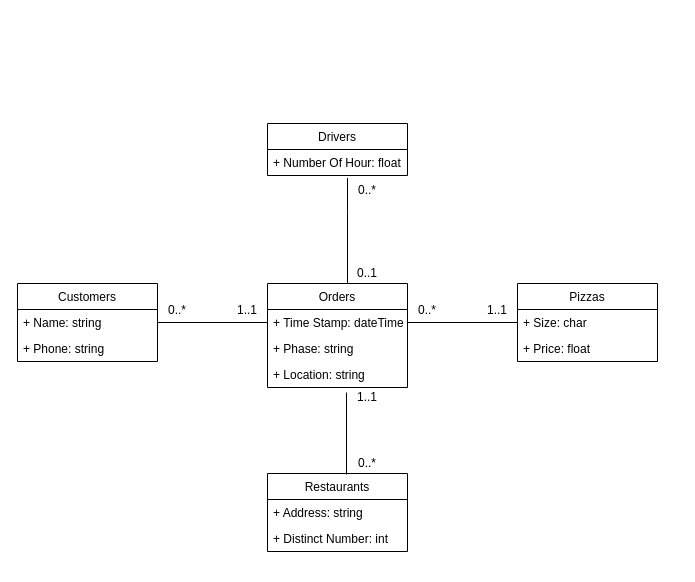
This is page "UML" (1 of 2) of Project01.drawio from thanhnguyen210299/CSULB-CECS-323, a draw.io file, before an edit. Source tidied: cells renumbered, new cells numbered last; positions are measured from the earlier drawing's top-left corner, leaving out a move shared by most shapes. Both pictures are drawn from the tidied source at 100%, with x=0, y=0 at pixel (17, 123).
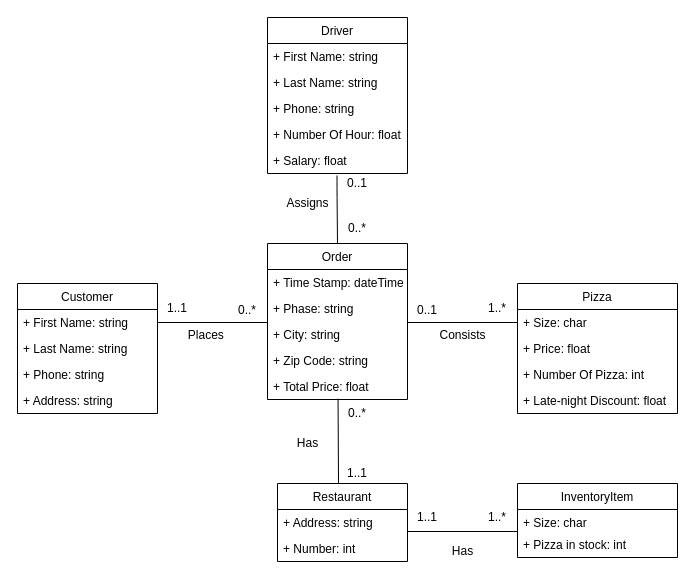
Above is the later version.

What changed in the source:
```diff
@@
-    <mxCell id="2" value="Customers" style="swimlane;fontStyle=0;horizontal=1;startSize=26;fillColor=none;" parent="1" vertex="1">
-      <mxGeometry y="160" width="140" height="78" as="geometry" />
+    <mxCell id="2" value="Customer" style="swimlane;fontStyle=0;horizontal=1;startSize=26;fillColor=none;" parent="1" vertex="1">
+      <mxGeometry y="160" width="140" height="130" as="geometry" />
     </mxCell>
-    <mxCell id="3" value="+ Name: string" style="text;strokeColor=none;fillColor=none;align=left;verticalAlign=top;spacingLeft=4;spacingRight=4;overflow=hidden;" parent="2" vertex="1">
+    <mxCell id="3" value="+ First Name: string" style="text;strokeColor=none;fillColor=none;align=left;verticalAlign=top;spacingLeft=4;spacingRight=4;overflow=hidden;" parent="2" vertex="1">
       <mxGeometry y="26" width="140" height="26" as="geometry" />
     </mxCell>
+    <mxCell id="29" value="+ Last Name: string" style="text;strokeColor=none;fillColor=none;align=left;verticalAlign=top;spacingLeft=4;spacingRight=4;overflow=hidden;" parent="2" vertex="1">
+      <mxGeometry y="52" width="140" height="26" as="geometry" />
+    </mxCell>
     <mxCell id="4" value="+ Phone: string" style="text;strokeColor=none;fillColor=none;align=left;verticalAlign=top;spacingLeft=4;spacingRight=4;overflow=hidden;" parent="2" vertex="1">
-      <mxGeometry y="52" width="140" height="26" as="geometry" />
+      <mxGeometry y="78" width="140" height="26" as="geometry" />
     </mxCell>
+    <mxCell id="30" value="+ Address: string" style="text;strokeColor=none;fillColor=none;align=left;verticalAlign=top;spacingLeft=4;spacingRight=4;overflow=hidden;" parent="2" vertex="1">
+      <mxGeometry y="104" width="140" height="26" as="geometry" />
+    </mxCell>
@@
-    <mxCell id="6" value="Restaurants" style="swimlane;fontStyle=0;horizontal=1;startSize=26;fillColor=none;" parent="1" vertex="1">
-      <mxGeometry x="250" y="350" width="140" height="78" as="geometry" />
+    <mxCell id="6" value="InventoryItem" style="swimlane;fontStyle=0;horizontal=1;startSize=26;fillColor=none;" parent="1" vertex="1">
+      <mxGeometry x="500" y="360" width="160" height="74" as="geometry" />
     </mxCell>
-    <mxCell id="7" value="+ Address: string" style="text;strokeColor=none;fillColor=none;align=left;verticalAlign=top;spacingLeft=4;spacingRight=4;overflow=hidden;" parent="6" vertex="1">
-      <mxGeometry y="26" width="140" height="26" as="geometry" />
+    <mxCell id="7" value="+ Size: char" style="text;strokeColor=none;fillColor=none;align=left;verticalAlign=top;spacingLeft=4;spacingRight=4;overflow=hidden;" parent="6" vertex="1">
+      <mxGeometry y="26" width="160" height="22" as="geometry" />
     </mxCell>
-    <mxCell id="8" value="+ Distinct Number: int" style="text;strokeColor=none;fillColor=none;align=left;verticalAlign=top;spacingLeft=4;spacingRight=4;overflow=hidden;" parent="6" vertex="1">
-      <mxGeometry y="52" width="140" height="26" as="geometry" />
+    <mxCell id="8" value="+ Pizza in stock: int" style="text;strokeColor=none;fillColor=none;align=left;verticalAlign=top;spacingLeft=4;spacingRight=4;overflow=hidden;" parent="6" vertex="1">
+      <mxGeometry y="48" width="160" height="26" as="geometry" />
     </mxCell>
-    <mxCell id="9" value="Orders" style="swimlane;fontStyle=0;horizontal=1;startSize=26;fillColor=none;" parent="1" vertex="1">
-      <mxGeometry x="250" y="160" width="140" height="104" as="geometry" />
+    <mxCell id="9" value="Order" style="swimlane;fontStyle=0;horizontal=1;startSize=26;fillColor=none;" parent="1" vertex="1">
+      <mxGeometry x="250" y="120" width="140" height="156" as="geometry" />
     </mxCell>
@@
-    <mxCell id="12" value="+ Location: string" style="text;strokeColor=none;fillColor=none;align=left;verticalAlign=top;spacingLeft=4;spacingRight=4;overflow=hidden;" parent="9" vertex="1">
+    <mxCell id="12" value="+ City: string" style="text;strokeColor=none;fillColor=none;align=left;verticalAlign=top;spacingLeft=4;spacingRight=4;overflow=hidden;" parent="9" vertex="1">
       <mxGeometry y="78" width="140" height="26" as="geometry" />
     </mxCell>
-    <mxCell id="13" style="endArrow=none;html=1;exitX=0.564;exitY=0.026;exitDx=0;exitDy=0;exitPerimeter=0;" parent="1" edge="1">
-      <mxGeometry relative="1" as="geometry">
-        <mxPoint x="329" y="351" as="sourcePoint" />
-        <mxPoint x="329" y="269" as="targetPoint" />
-        <Array as="points">
-          <mxPoint x="329" y="269" />
-        </Array>
-      </mxGeometry>
-    </mxCell>
+    <mxCell id="31" value="+ Zip Code: string" style="text;strokeColor=none;fillColor=none;align=left;verticalAlign=top;spacingLeft=4;spacingRight=4;overflow=hidden;" parent="9" vertex="1">
+      <mxGeometry y="104" width="140" height="26" as="geometry" />
+    </mxCell>
+    <mxCell id="32" value="+ Total Price: float" style="text;strokeColor=none;fillColor=none;align=left;verticalAlign=top;spacingLeft=4;spacingRight=4;overflow=hidden;points=[[0,0.5],[1,0.5]];portConstraint=eastwest;" parent="9" vertex="1">
+      <mxGeometry y="130" width="140" height="26" as="geometry" />
+    </mxCell>
     <mxCell id="14" value="0..*" style="text;html=1;strokeColor=none;fillColor=none;align=center;verticalAlign=middle;whiteSpace=wrap;rounded=0;" parent="1" vertex="1">
-      <mxGeometry x="140" y="177" width="40" height="20" as="geometry" />
+      <mxGeometry x="210" y="177" width="40" height="20" as="geometry" />
     </mxCell>
     <mxCell id="15" value="1..1" style="text;html=1;strokeColor=none;fillColor=none;align=center;verticalAlign=middle;whiteSpace=wrap;rounded=0;" parent="1" vertex="1">
-      <mxGeometry x="210" y="177" width="40" height="20" as="geometry" />
+      <mxGeometry x="140" y="175" width="40" height="20" as="geometry" />
     </mxCell>
     <mxCell id="16" value="0..*" style="text;html=1;strokeColor=none;fillColor=none;align=center;verticalAlign=middle;whiteSpace=wrap;rounded=0;" parent="1" vertex="1">
-      <mxGeometry x="330" y="330" width="40" height="20" as="geometry" />
+      <mxGeometry x="320" y="280" width="40" height="20" as="geometry" />
     </mxCell>
     <mxCell id="17" value="1..1" style="text;html=1;strokeColor=none;fillColor=none;align=center;verticalAlign=middle;whiteSpace=wrap;rounded=0;" parent="1" vertex="1">
-      <mxGeometry x="330" y="264" width="40" height="20" as="geometry" />
+      <mxGeometry x="320" y="340" width="40" height="20" as="geometry" />
     </mxCell>
-    <mxCell id="18" style="endArrow=none;html=1;exitX=0.564;exitY=0.026;exitDx=0;exitDy=0;exitPerimeter=0;" parent="1" edge="1">
+    <mxCell id="18" style="endArrow=none;html=1;exitX=0.5;exitY=0;exitDx=0;exitDy=0;" parent="1" edge="1" source="9">
       <mxGeometry relative="1" as="geometry">
-        <mxPoint x="330" y="160" as="sourcePoint" />
-        <mxPoint x="330" y="78" as="targetPoint" />
+        <mxPoint x="319.5" y="52" as="targetPoint" />
         <Array as="points">
-          <mxPoint x="330" y="78" />
-          <mxPoint x="330" y="50" />
+          <mxPoint x="319.5" y="64" />
         </Array>
       </mxGeometry>
     </mxCell>
-    <mxCell id="19" value="Drivers" style="swimlane;fontStyle=0;horizontal=1;startSize=26;fillColor=none;" parent="1" vertex="1">
-      <mxGeometry x="250" width="140" height="52" as="geometry" />
+    <mxCell id="19" value="Driver" style="swimlane;fontStyle=0;horizontal=1;startSize=26;fillColor=none;" parent="1" vertex="1">
+      <mxGeometry x="250" y="-106" width="140" height="156" as="geometry" />
     </mxCell>
-    <mxCell id="20" value="+ Number Of Hour: float" style="text;strokeColor=none;fillColor=none;align=left;verticalAlign=top;spacingLeft=4;spacingRight=4;overflow=hidden;" parent="19" vertex="1">
+    <mxCell id="20" value="+ First Name: string" style="text;strokeColor=none;fillColor=none;align=left;verticalAlign=top;spacingLeft=4;spacingRight=4;overflow=hidden;" parent="19" vertex="1">
       <mxGeometry y="26" width="140" height="26" as="geometry" />
     </mxCell>
+    <mxCell id="33" value="+ Last Name: string" style="text;strokeColor=none;fillColor=none;align=left;verticalAlign=top;spacingLeft=4;spacingRight=4;overflow=hidden;" parent="19" vertex="1">
+      <mxGeometry y="52" width="140" height="26" as="geometry" />
+    </mxCell>
+    <mxCell id="34" value="+ Phone: string" style="text;strokeColor=none;fillColor=none;align=left;verticalAlign=top;spacingLeft=4;spacingRight=4;overflow=hidden;" parent="19" vertex="1">
+      <mxGeometry y="78" width="140" height="26" as="geometry" />
+    </mxCell>
+    <mxCell id="35" value="+ Number Of Hour: float" style="text;strokeColor=none;fillColor=none;align=left;verticalAlign=top;spacingLeft=4;spacingRight=4;overflow=hidden;" parent="19" vertex="1">
+      <mxGeometry y="104" width="140" height="26" as="geometry" />
+    </mxCell>
+    <mxCell id="36" value="+ Salary: float" style="text;strokeColor=none;fillColor=none;align=left;verticalAlign=top;spacingLeft=4;spacingRight=4;overflow=hidden;" parent="19" vertex="1">
+      <mxGeometry y="130" width="140" height="26" as="geometry" />
+    </mxCell>
     <mxCell id="21" value="0..1" style="text;html=1;strokeColor=none;fillColor=none;align=center;verticalAlign=middle;whiteSpace=wrap;rounded=0;" parent="1" vertex="1">
-      <mxGeometry x="330" y="140" width="40" height="20" as="geometry" />
+      <mxGeometry x="320" y="50" width="40" height="20" as="geometry" />
     </mxCell>
     <mxCell id="22" value="0..*" style="text;html=1;strokeColor=none;fillColor=none;align=center;verticalAlign=middle;whiteSpace=wrap;rounded=0;" parent="1" vertex="1">
-      <mxGeometry x="330" y="52" width="40" height="30" as="geometry" />
+      <mxGeometry x="320" y="90" width="40" height="30" as="geometry" />
     </mxCell>
@@
-    <mxCell id="24" value="0..*" style="text;html=1;strokeColor=none;fillColor=none;align=center;verticalAlign=middle;whiteSpace=wrap;rounded=0;" parent="1" vertex="1">
-      <mxGeometry x="390" y="177" width="40" height="20" as="geometry" />
+    <mxCell id="24" value="1..*" style="text;html=1;strokeColor=none;fillColor=none;align=center;verticalAlign=middle;whiteSpace=wrap;rounded=0;" parent="1" vertex="1">
+      <mxGeometry x="460" y="175" width="40" height="20" as="geometry" />
     </mxCell>
-    <mxCell id="25" value="1..1" style="text;html=1;strokeColor=none;fillColor=none;align=center;verticalAlign=middle;whiteSpace=wrap;rounded=0;" parent="1" vertex="1">
-      <mxGeometry x="460" y="177" width="40" height="20" as="geometry" />
+    <mxCell id="25" value="0..1" style="text;html=1;strokeColor=none;fillColor=none;align=center;verticalAlign=middle;whiteSpace=wrap;rounded=0;" parent="1" vertex="1">
+      <mxGeometry x="390" y="177" width="40" height="20" as="geometry" />
     </mxCell>
-    <mxCell id="26" value="Pizzas" style="swimlane;fontStyle=0;horizontal=1;startSize=26;fillColor=none;" parent="1" vertex="1">
-      <mxGeometry x="500" y="160" width="140" height="78" as="geometry" />
+    <mxCell id="26" value="Pizza" style="swimlane;fontStyle=0;horizontal=1;startSize=26;fillColor=none;" parent="1" vertex="1">
+      <mxGeometry x="500" y="160" width="160" height="130" as="geometry" />
     </mxCell>
     <mxCell id="27" value="+ Size: char" style="text;strokeColor=none;fillColor=none;align=left;verticalAlign=top;spacingLeft=4;spacingRight=4;overflow=hidden;" parent="26" vertex="1">
-      <mxGeometry y="26" width="140" height="26" as="geometry" />
+      <mxGeometry y="26" width="160" height="26" as="geometry" />
     </mxCell>
     <mxCell id="28" value="+ Price: float" style="text;strokeColor=none;fillColor=none;align=left;verticalAlign=top;spacingLeft=4;spacingRight=4;overflow=hidden;" parent="26" vertex="1">
-      <mxGeometry y="52" width="140" height="26" as="geometry" />
+      <mxGeometry y="52" width="160" height="26" as="geometry" />
     </mxCell>
+    <mxCell id="37" value="+ Number Of Pizza: int" style="text;strokeColor=none;fillColor=none;align=left;verticalAlign=top;spacingLeft=4;spacingRight=4;overflow=hidden;" parent="26" vertex="1">
+      <mxGeometry y="78" width="160" height="26" as="geometry" />
+    </mxCell>
+    <mxCell id="38" value="+ Late-night Discount: float" style="text;strokeColor=none;fillColor=none;align=left;verticalAlign=top;spacingLeft=4;spacingRight=4;overflow=hidden;" parent="26" vertex="1">
+      <mxGeometry y="104" width="160" height="26" as="geometry" />
+    </mxCell>
+    <mxCell id="39" value="Restaurant" style="swimlane;fontStyle=0;horizontal=1;startSize=26;fillColor=none;" parent="1" vertex="1">
+      <mxGeometry x="260" y="360" width="130" height="78" as="geometry" />
+    </mxCell>
+    <mxCell id="40" value="+ Address: string" style="text;strokeColor=none;fillColor=none;align=left;verticalAlign=top;spacingLeft=4;spacingRight=4;overflow=hidden;" parent="39" vertex="1">
+      <mxGeometry y="26" width="130" height="26" as="geometry" />
+    </mxCell>
+    <mxCell id="41" value="+ Number: int" style="text;strokeColor=none;fillColor=none;align=left;verticalAlign=top;spacingLeft=4;spacingRight=4;overflow=hidden;" parent="39" vertex="1">
+      <mxGeometry y="52" width="130" height="26" as="geometry" />
+    </mxCell>
+    <mxCell id="42" style="line;strokeWidth=1;fillColor=none;align=left;verticalAlign=middle;spacingTop=-1;spacingLeft=3;spacingRight=3;labelPosition=right;" parent="1" vertex="1">
+      <mxGeometry x="390" y="404" width="110" height="8" as="geometry" />
+    </mxCell>
+    <mxCell id="43" value="1..*" style="text;html=1;strokeColor=none;fillColor=none;align=center;verticalAlign=middle;whiteSpace=wrap;rounded=0;" parent="1" vertex="1">
+      <mxGeometry x="460" y="384" width="40" height="20" as="geometry" />
+    </mxCell>
+    <mxCell id="44" value="1..1" style="text;html=1;strokeColor=none;fillColor=none;align=center;verticalAlign=middle;whiteSpace=wrap;rounded=0;" parent="1" vertex="1">
+      <mxGeometry x="390" y="384" width="40" height="20" as="geometry" />
+    </mxCell>
+    <mxCell id="45" style="endArrow=none;html=1;exitX=0.504;exitY=0.969;exitDx=0;exitDy=0;exitPerimeter=0;" parent="1" edge="1" source="32">
+      <mxGeometry relative="1" as="geometry">
+        <mxPoint x="321" y="360" as="targetPoint" />
+      </mxGeometry>
+    </mxCell>
+    <mxCell id="46" value="Places&amp;nbsp;" style="text;html=1;align=center;verticalAlign=middle;strokeColor=none;fillColor=none;" parent="1" vertex="1">
+      <mxGeometry x="165" y="202" width="50" height="20" as="geometry" />
+    </mxCell>
+    <mxCell id="47" value="Assigns" style="text;html=1;align=center;verticalAlign=middle;strokeColor=none;fillColor=none;" parent="1" vertex="1">
+      <mxGeometry x="260" y="70" width="60" height="20" as="geometry" />
+    </mxCell>
+    <mxCell id="48" value="Consists" style="text;html=1;align=center;verticalAlign=middle;strokeColor=none;fillColor=none;" parent="1" vertex="1">
+      <mxGeometry x="415" y="202" width="60" height="20" as="geometry" />
+    </mxCell>
+    <mxCell id="49" value="Has" style="text;html=1;align=center;verticalAlign=middle;strokeColor=none;fillColor=none;" parent="1" vertex="1">
+      <mxGeometry x="270" y="310" width="40" height="20" as="geometry" />
+    </mxCell>
+    <mxCell id="50" value="Has" style="text;html=1;align=center;verticalAlign=middle;strokeColor=none;fillColor=none;" parent="1" vertex="1">
+      <mxGeometry x="425" y="418" width="40" height="20" as="geometry" />
+    </mxCell>
```
